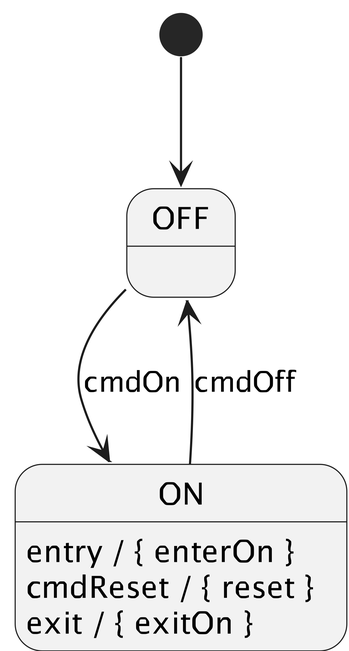
Above: docs/users-guide/diagrams/state-machine/InternalTransitions.png in nasa/fpp (PlantUML), before the change. Its source is kept beside it as docs/users-guide/diagrams/state-machine/InternalTransitions.puml. Source of this version:
```plantuml
@startuml

[*] --> OFF

state OFF

state ON {
  ON: entry / { enterOn }
  ON: cmdReset / { reset }
  ON: exit / { exitOn }
}

OFF --> ON : cmdOn
ON --> OFF : cmdOff

@enduml
```
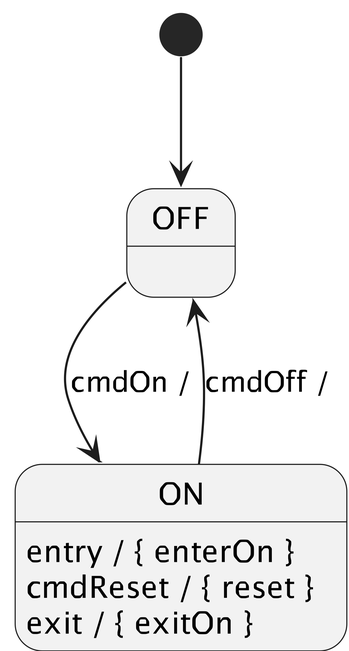
After the change.

Diff of the diagram source:
```diff
@@ -10,7 +10,7 @@
   ON: exit / { exitOn }
 }
 
-OFF --> ON : cmdOn
-ON --> OFF : cmdOff
+OFF --> ON : cmdOn /
+ON --> OFF : cmdOff /
 
 @enduml
```
